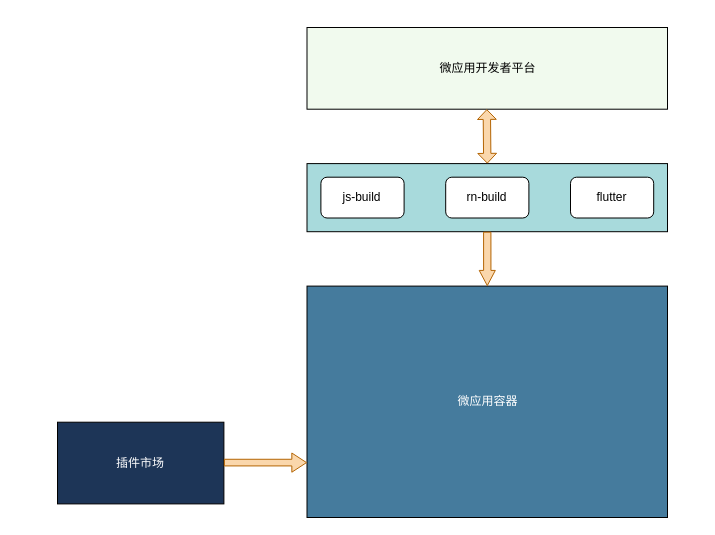
Before: page "第 1 页" (1 of 2) of mic_all_des.drawio in Dcell/drawio, a draw.io diagram. Source tidied: cells renumbered, new cells numbered last; positions are measured from the earlier drawing's top-left corner, leaving out a move shared by most shapes. Both pictures are drawn from the tidied source at 100%, with x=0, y=0 at pixel (57, 27).
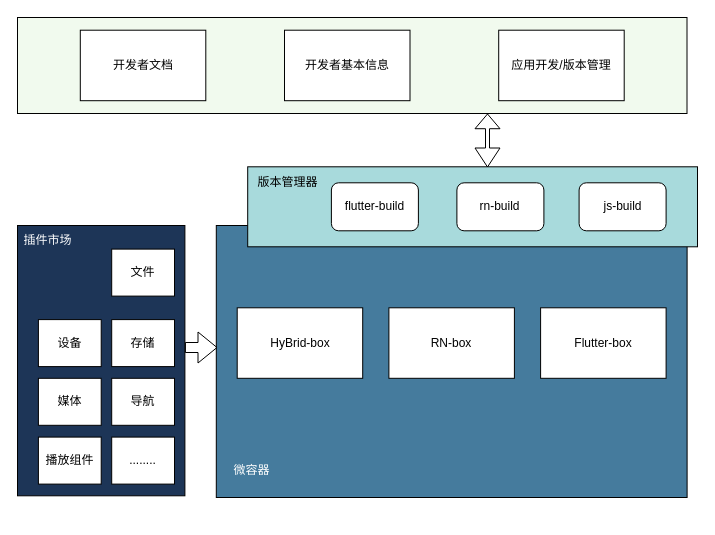
After the change.

Change to the diagram source:
```diff
@@
-    <mxCell id="2" style="group;" parent="1" vertex="1">
-      <mxGeometry width="610" height="490" as="geometry" />
-    </mxCell>
-    <mxCell id="3" value="微应用开发者平台" style="rounded=0;whiteSpace=wrap;html=1;fillColor=#F1FAEE;" parent="2" vertex="1">
-      <mxGeometry x="249.5" width="360.5" height="81.7" as="geometry" />
+    <mxCell id="3" style="rounded=0;whiteSpace=wrap;html=1;fillColor=#F1FAEE;" parent="1" vertex="1">
+      <mxGeometry x="-40" y="-10" width="669.5" height="96" as="geometry" />
     </mxCell>
-    <mxCell id="4" value="微应用容器" style="rounded=0;whiteSpace=wrap;html=1;fillColor=#457B9D;fontColor=#FFFFFF;" parent="2" vertex="1">
-      <mxGeometry x="249.5" y="258.6" width="360.5" height="231.4" as="geometry" />
+    <mxCell id="4" style="rounded=0;whiteSpace=wrap;html=1;fillColor=#457B9D;fontColor=#FFFFFF;" parent="1" vertex="1">
+      <mxGeometry x="158.8" y="198" width="470.8" height="272" as="geometry" />
     </mxCell>
-    <mxCell id="5" value="插件市场" style="rounded=0;whiteSpace=wrap;html=1;fillColor=#1D3557;fontColor=#FFFFFF;" parent="2" vertex="1">
-      <mxGeometry y="394.7" width="166.4" height="81.7" as="geometry" />
+    <mxCell id="5" style="rounded=0;whiteSpace=wrap;html=1;fillColor=#1D3557;fontColor=#FFFFFF;" parent="1" vertex="1">
+      <mxGeometry x="-40" y="198" width="167.4" height="270.3" as="geometry" />
     </mxCell>
-    <mxCell id="6" style="rounded=0;whiteSpace=wrap;html=1;fillColor=#A8DADC;" parent="2" vertex="1">
-      <mxGeometry x="249.5" y="136.1" width="360.5" height="68.1" as="geometry" />
+    <mxCell id="6" style="rounded=0;whiteSpace=wrap;html=1;fillColor=#A8DADC;" parent="1" vertex="1">
+      <mxGeometry x="190.2" y="139.3" width="449.8" height="80" as="geometry" />
     </mxCell>
-    <mxCell id="7" value="js-build" style="rounded=1;whiteSpace=wrap;html=1;" parent="2" vertex="1">
-      <mxGeometry x="263.4" y="149.7" width="83.2" height="40.8" as="geometry" />
+    <mxCell id="7" value="js-build" style="rounded=1;whiteSpace=wrap;html=1;" parent="1" vertex="1">
+      <mxGeometry x="521.6" y="155.3" width="87" height="48" as="geometry" />
     </mxCell>
-    <mxCell id="8" value="rn-build" style="rounded=1;whiteSpace=wrap;html=1;" parent="2" vertex="1">
-      <mxGeometry x="388.2" y="149.7" width="83.2" height="40.8" as="geometry" />
+    <mxCell id="8" value="rn-build" style="rounded=1;whiteSpace=wrap;html=1;" parent="1" vertex="1">
+      <mxGeometry x="399.4" y="155.3" width="87" height="48" as="geometry" />
     </mxCell>
-    <mxCell id="9" value="flutter" style="rounded=1;whiteSpace=wrap;html=1;" parent="2" vertex="1">
-      <mxGeometry x="513" y="149.7" width="83.2" height="40.8" as="geometry" />
+    <mxCell id="9" value="flutter-build" style="rounded=1;whiteSpace=wrap;html=1;" parent="1" vertex="1">
+      <mxGeometry x="273.9" y="155.3" width="87" height="48" as="geometry" />
     </mxCell>
-    <mxCell id="10" style="shape=flexArrow;endArrow=classic;html=1;width=7.333333333333333;endSize=4.726666666666667;endWidth=7.777777777777779;exitX=0.5;exitY=1;exitDx=0;exitDy=0;fillColor=#fad7ac;strokeColor=#b46504;" parent="2" edge="1" source="6">
-      <mxGeometry relative="1" as="geometry">
-        <mxPoint x="429.8" y="258.6" as="targetPoint" />
-      </mxGeometry>
-    </mxCell>
-    <mxCell id="11" style="shape=flexArrow;endArrow=classic;startArrow=classic;html=1;width=7.333333333333333;startSize=2.9066666666666667;startWidth=10.444444444444445;endWidth=10.444444444444445;endSize=2.9066666666666667;fillColor=#fad7ac;strokeColor=#b46504;" parent="2" edge="1">
-      <mxGeometry relative="1" as="geometry">
-        <mxPoint x="429.8" y="136.1" as="sourcePoint" />
-        <mxPoint x="429.3" y="81.7" as="targetPoint" />
-      </mxGeometry>
-    </mxCell>
-    <mxCell id="12" style="shape=flexArrow;endArrow=classic;html=1;width=6.666666666666667;endSize=4.553333333333334;endWidth=11.555555555555555;fillColor=#fad7ac;strokeColor=#b46504;" parent="2" edge="1">
-      <mxGeometry relative="1" as="geometry">
-        <mxPoint x="166.4" y="435.1" as="sourcePoint" />
-        <mxPoint x="249.5" y="435.1" as="targetPoint" />
-      </mxGeometry>
-    </mxCell>
+    <mxCell id="13" value="HyBrid-box" style="whiteSpace=wrap;html=1;" parent="1" vertex="1">
+      <mxGeometry x="179.7" y="280.3" width="125.5" height="70.5" as="geometry" />
+    </mxCell>
+    <mxCell id="14" value="RN-box" style="whiteSpace=wrap;html=1;" parent="1" vertex="1">
+      <mxGeometry x="331.4" y="280.3" width="125.5" height="70.5" as="geometry" />
+    </mxCell>
+    <mxCell id="15" value="Flutter-box" style="whiteSpace=wrap;html=1;" parent="1" vertex="1">
+      <mxGeometry x="483.1" y="280.3" width="125.5" height="70.5" as="geometry" />
+    </mxCell>
+    <mxCell id="16" value="版本管理器" style="text;html=1;align=center;verticalAlign=middle;" parent="1" vertex="1">
+      <mxGeometry x="190.2" y="144.5" width="80" height="20" as="geometry" />
+    </mxCell>
+    <mxCell id="17" value="微容器" style="text;html=1;align=center;verticalAlign=middle;fontColor=#FFFFFF;" parent="1" vertex="1">
+      <mxGeometry x="169.2" y="433.1" width="50" height="20" as="geometry" />
+    </mxCell>
+    <mxCell id="18" value="&lt;font color=&quot;#000000&quot;&gt;开发者文档&lt;/font&gt;" style="whiteSpace=wrap;html=1;fontColor=#FFFFFF;" parent="1" vertex="1">
+      <mxGeometry x="22.8" y="2.7" width="125.5" height="70.5" as="geometry" />
+    </mxCell>
+    <mxCell id="19" value="开发者基本信息" style="whiteSpace=wrap;html=1;" parent="1" vertex="1">
+      <mxGeometry x="227" y="2.7" width="125.5" height="70.5" as="geometry" />
+    </mxCell>
+    <mxCell id="20" value="应用开发/版本管理" style="whiteSpace=wrap;html=1;fontColor=#000000;" parent="1" vertex="1">
+      <mxGeometry x="441.2" y="2.7" width="125.5" height="70.5" as="geometry" />
+    </mxCell>
+    <mxCell id="21" value="媒体" style="whiteSpace=wrap;html=1;fontColor=#000000;" parent="1" vertex="1">
+      <mxGeometry x="-19.1" y="350.8" width="62.8" height="47" as="geometry" />
+    </mxCell>
+    <mxCell id="22" value="文件" style="whiteSpace=wrap;html=1;fontColor=#000000;" parent="1" vertex="1">
+      <mxGeometry x="54.2" y="221.6" width="62.8" height="47" as="geometry" />
+    </mxCell>
+    <mxCell id="23" value="设备" style="whiteSpace=wrap;html=1;fontColor=#000000;" parent="1" vertex="1">
+      <mxGeometry x="-19.1" y="292.1" width="62.8" height="47" as="geometry" />
+    </mxCell>
+    <mxCell id="24" value="存储" style="whiteSpace=wrap;html=1;fontColor=#000000;" parent="1" vertex="1">
+      <mxGeometry x="54.2" y="292.1" width="62.8" height="47" as="geometry" />
+    </mxCell>
+    <mxCell id="25" value="播放组件" style="whiteSpace=wrap;html=1;fontColor=#000000;" parent="1" vertex="1">
+      <mxGeometry x="-19.1" y="409.6" width="62.8" height="47" as="geometry" />
+    </mxCell>
+    <mxCell id="26" value="导航" style="whiteSpace=wrap;html=1;fontColor=#000000;" parent="1" vertex="1">
+      <mxGeometry x="54.2" y="350.8" width="62.8" height="47" as="geometry" />
+    </mxCell>
+    <mxCell id="27" value="........" style="whiteSpace=wrap;html=1;fontColor=#000000;" parent="1" vertex="1">
+      <mxGeometry x="54.2" y="409.6" width="62.8" height="47" as="geometry" />
+    </mxCell>
+    <mxCell id="28" value="插件市场" style="text;html=1;align=center;verticalAlign=middle;fontColor=#FFFFFF;" parent="1" vertex="1">
+      <mxGeometry x="-40" y="203.3" width="60" height="20" as="geometry" />
+    </mxCell>
+    <mxCell id="29" style="shape=flexArrow;endArrow=classic;html=1;fontColor=#FFFFFF;" parent="1" edge="1">
+      <mxGeometry relative="1" as="geometry">
+        <mxPoint x="127.4" y="320" as="sourcePoint" />
+        <mxPoint x="160" y="320" as="targetPoint" />
+      </mxGeometry>
+    </mxCell>
+    <mxCell id="30" style="shape=flexArrow;endArrow=classic;startArrow=classic;html=1;fontColor=#FFFFFF;width=4;endSize=4.57;" parent="1" edge="1">
+      <mxGeometry relative="1" as="geometry">
+        <mxPoint x="430" y="140" as="sourcePoint" />
+        <mxPoint x="430" y="86" as="targetPoint" />
+      </mxGeometry>
+    </mxCell>
```
